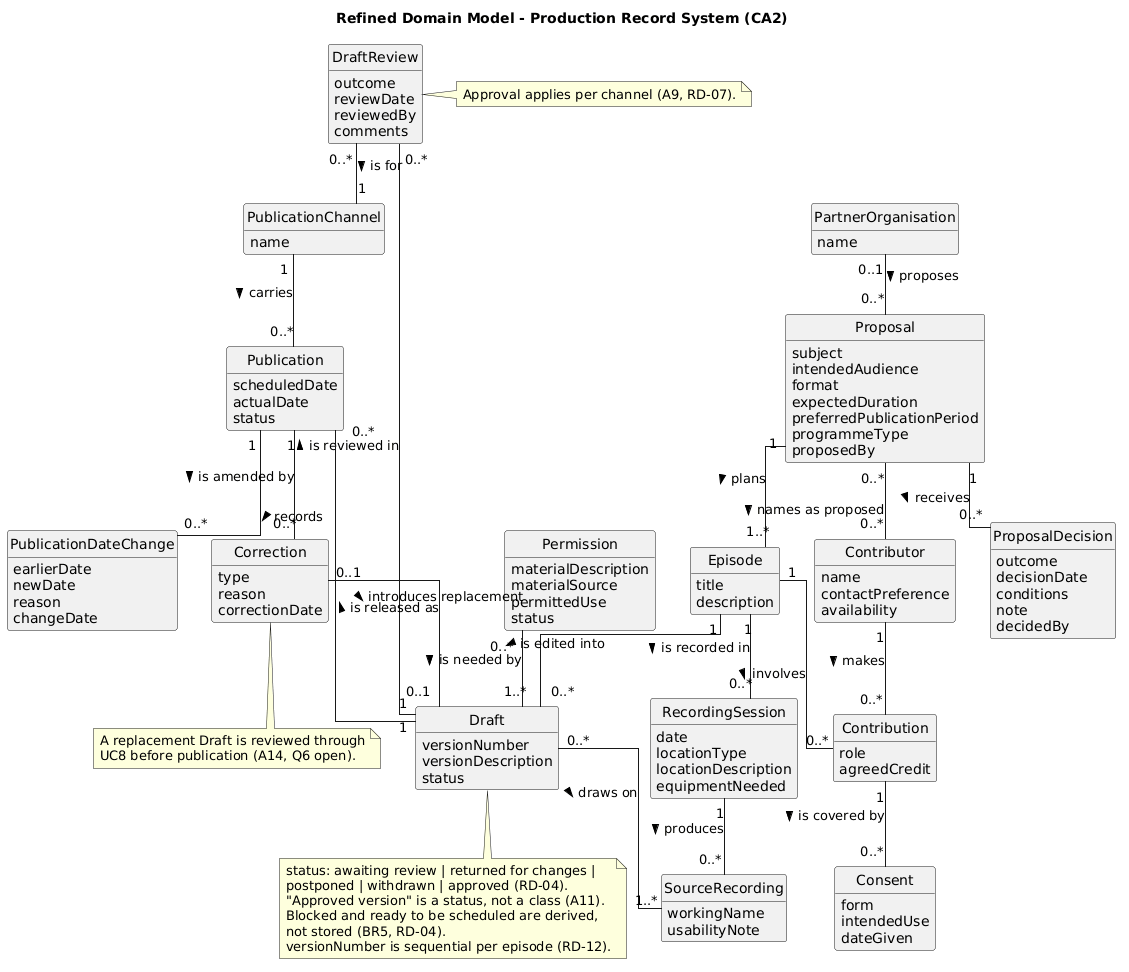
Above: CA 2/Diagrams/Domain_Model/domain-model.png in Rani-Wheeza/Local-Podcast-Production-Service (PlantUML), before the change.
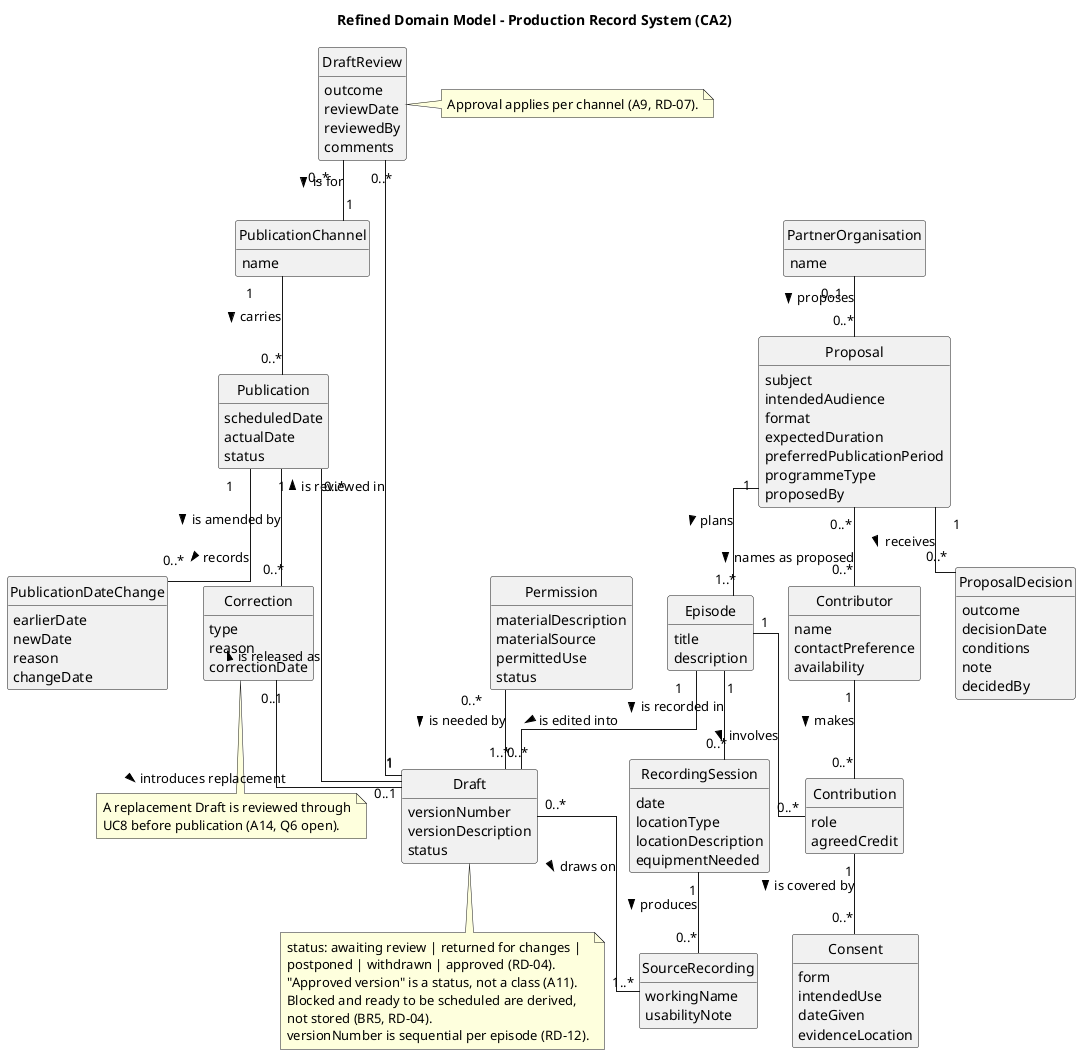
Above is the later version.

Commit message:
Add Iteration 1 review record (#10), evidenceLocation on Consent (DEC-12), CB1-CB4 contracts (#22)

The edit, as a diff of the source:
```diff
@@ -1,4 +1,4 @@
-@startuml
+@startuml domain-model
 title Refined Domain Model - Production Record System (CA2)
 
 hide circle
@@ -48,6 +48,7 @@
   form
   intendedUse
   dateGiven
+  evidenceLocation
 }
 
 class RecordingSession {
```
